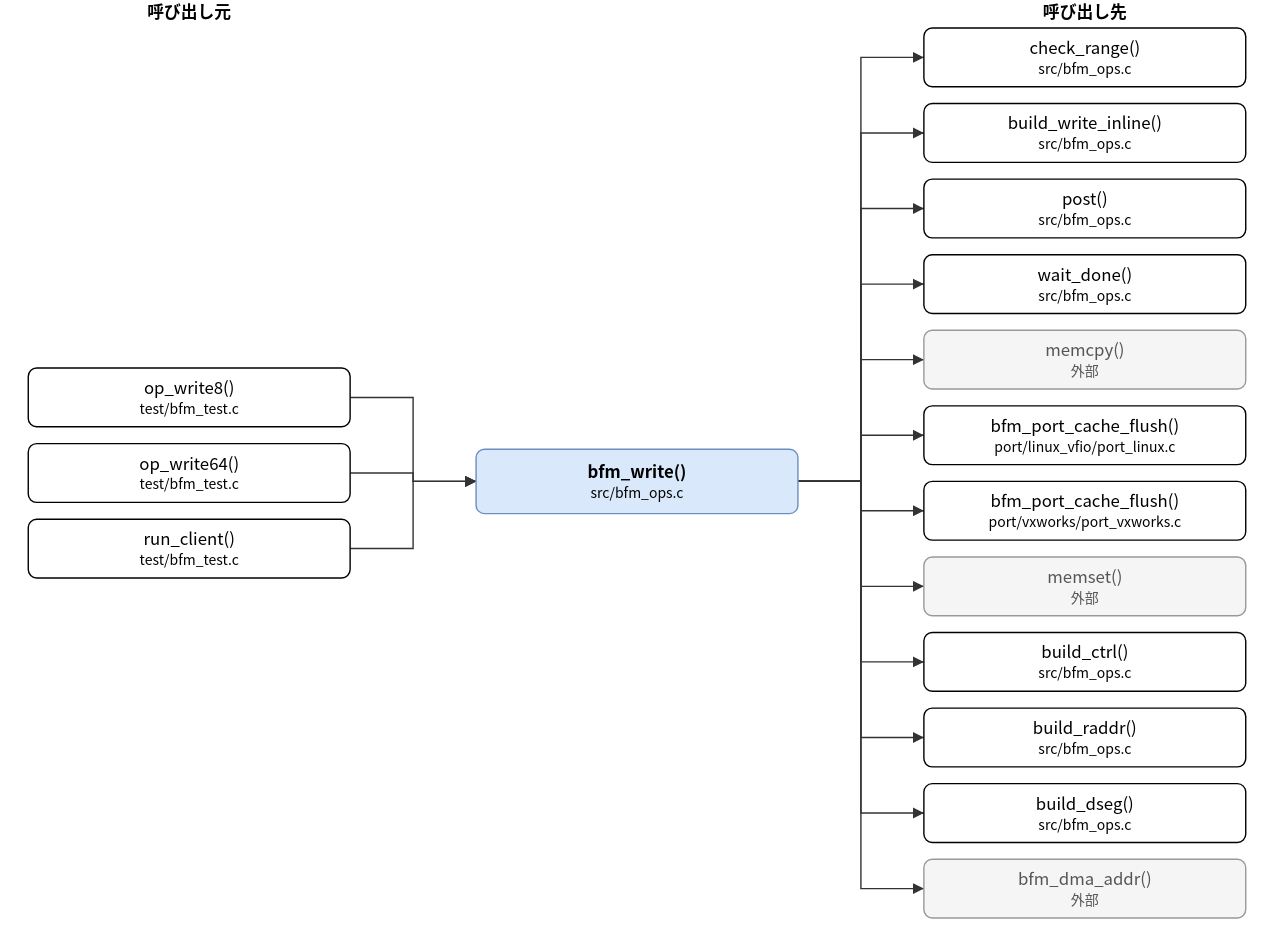
Before: doc/spec/images/call_src_bfm_ops__bfm_write.drawio.svg, a diagram exported from draw.io (hf355051012-ai/bfmem). Source tidied: cells renumbered, new cells last; positions are measured from the earlier drawing's top-left corner, leaving out a move shared by most shapes.
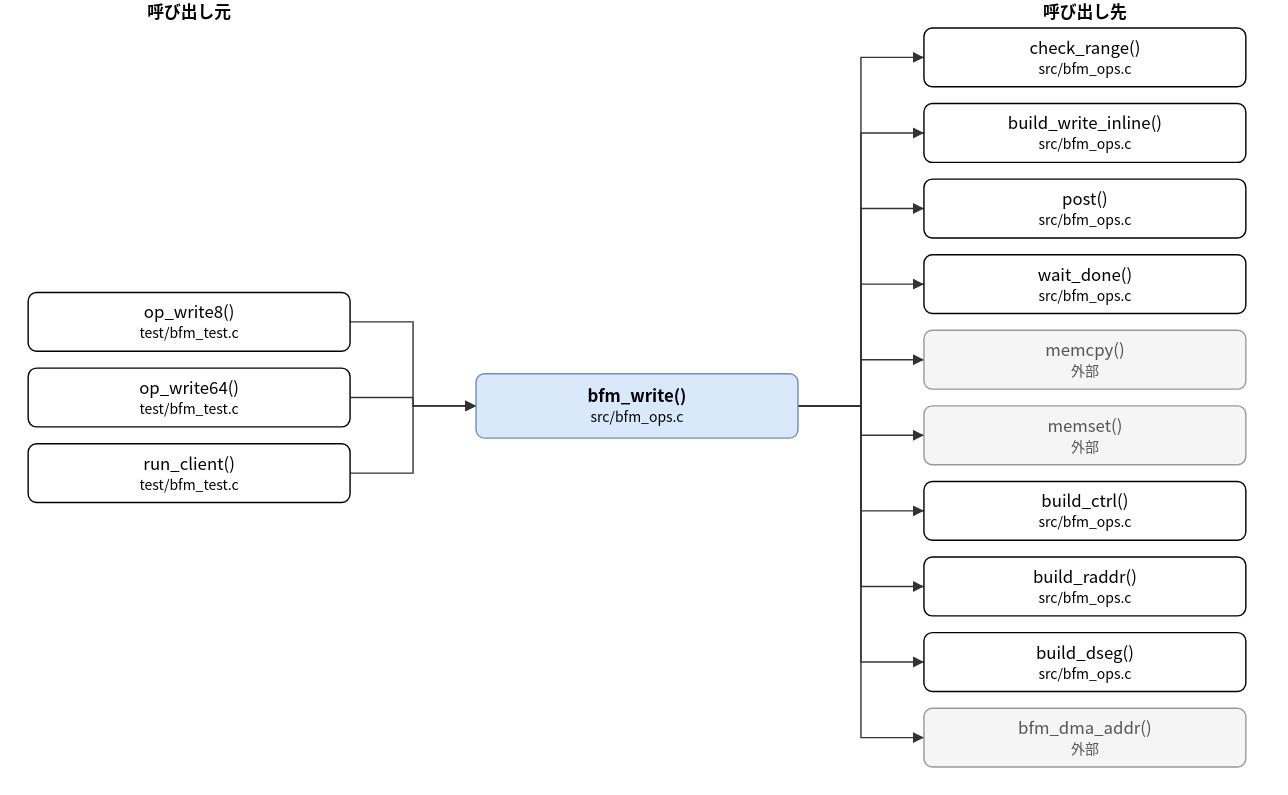
The same file after the commit.

What changed in the source:
```diff
@@ -3,16 +3,16 @@
     <mxCell id="0" />
     <mxCell id="1" parent="0" />
     <mxCell id="2" value="bfm_write()&lt;br&gt;&lt;font style=&quot;font-size:10px&quot;&gt;src/bfm_ops.c&lt;/font&gt;" style="rounded=1;whiteSpace=wrap;html=1;fillColor=#dae8fc;strokeColor=#6c8ebf;fontStyle=1;" parent="1" vertex="1">
-      <mxGeometry x="320" y="321" width="230" height="46" as="geometry" />
+      <mxGeometry x="320" y="267" width="230" height="46" as="geometry" />
     </mxCell>
     <mxCell id="3" value="op_write8()&lt;br&gt;&lt;font style=&quot;font-size:10px&quot;&gt;test/bfm_test.c&lt;/font&gt;" style="rounded=1;whiteSpace=wrap;html=1;" parent="1" vertex="1">
-      <mxGeometry y="263" width="230" height="42" as="geometry" />
+      <mxGeometry y="209" width="230" height="42" as="geometry" />
     </mxCell>
     <mxCell id="4" value="op_write64()&lt;br&gt;&lt;font style=&quot;font-size:10px&quot;&gt;test/bfm_test.c&lt;/font&gt;" style="rounded=1;whiteSpace=wrap;html=1;" parent="1" vertex="1">
-      <mxGeometry y="317" width="230" height="42" as="geometry" />
+      <mxGeometry y="263" width="230" height="42" as="geometry" />
     </mxCell>
     <mxCell id="5" value="run_client()&lt;br&gt;&lt;font style=&quot;font-size:10px&quot;&gt;test/bfm_test.c&lt;/font&gt;" style="rounded=1;whiteSpace=wrap;html=1;" parent="1" vertex="1">
-      <mxGeometry y="371" width="230" height="42" as="geometry" />
+      <mxGeometry y="317" width="230" height="42" as="geometry" />
     </mxCell>
     <mxCell id="6" value="check_range()&lt;br&gt;&lt;font style=&quot;font-size:10px&quot;&gt;src/bfm_ops.c&lt;/font&gt;" style="rounded=1;whiteSpace=wrap;html=1;" parent="1" vertex="1">
       <mxGeometry x="640" y="20" width="230" height="42" as="geometry" />
@@ -29,55 +29,49 @@
     <mxCell id="10" value="memcpy()&lt;br&gt;&lt;font style=&quot;font-size:10px&quot;&gt;外部&lt;/font&gt;" style="rounded=1;whiteSpace=wrap;html=1;fillColor=#f5f5f5;strokeColor=#999999;fontColor=#555555;" parent="1" vertex="1">
       <mxGeometry x="640" y="236" width="230" height="42" as="geometry" />
     </mxCell>
-    <mxCell id="11" value="bfm_port_cache_flush()&lt;br&gt;&lt;font style=&quot;font-size:10px&quot;&gt;port/linux_vfio/port_linux.c&lt;/font&gt;" style="rounded=1;whiteSpace=wrap;html=1;" parent="1" vertex="1">
+    <mxCell id="11" value="memset()&lt;br&gt;&lt;font style=&quot;font-size:10px&quot;&gt;外部&lt;/font&gt;" style="rounded=1;whiteSpace=wrap;html=1;fillColor=#f5f5f5;strokeColor=#999999;fontColor=#555555;" parent="1" vertex="1">
       <mxGeometry x="640" y="290" width="230" height="42" as="geometry" />
     </mxCell>
-    <mxCell id="12" value="bfm_port_cache_flush()&lt;br&gt;&lt;font style=&quot;font-size:10px&quot;&gt;port/vxworks/port_vxworks.c&lt;/font&gt;" style="rounded=1;whiteSpace=wrap;html=1;" parent="1" vertex="1">
+    <mxCell id="12" value="build_ctrl()&lt;br&gt;&lt;font style=&quot;font-size:10px&quot;&gt;src/bfm_ops.c&lt;/font&gt;" style="rounded=1;whiteSpace=wrap;html=1;" parent="1" vertex="1">
       <mxGeometry x="640" y="344" width="230" height="42" as="geometry" />
     </mxCell>
-    <mxCell id="13" value="memset()&lt;br&gt;&lt;font style=&quot;font-size:10px&quot;&gt;外部&lt;/font&gt;" style="rounded=1;whiteSpace=wrap;html=1;fillColor=#f5f5f5;strokeColor=#999999;fontColor=#555555;" parent="1" vertex="1">
+    <mxCell id="13" value="build_raddr()&lt;br&gt;&lt;font style=&quot;font-size:10px&quot;&gt;src/bfm_ops.c&lt;/font&gt;" style="rounded=1;whiteSpace=wrap;html=1;" parent="1" vertex="1">
       <mxGeometry x="640" y="398" width="230" height="42" as="geometry" />
     </mxCell>
-    <mxCell id="14" value="build_ctrl()&lt;br&gt;&lt;font style=&quot;font-size:10px&quot;&gt;src/bfm_ops.c&lt;/font&gt;" style="rounded=1;whiteSpace=wrap;html=1;" parent="1" vertex="1">
+    <mxCell id="14" value="build_dseg()&lt;br&gt;&lt;font style=&quot;font-size:10px&quot;&gt;src/bfm_ops.c&lt;/font&gt;" style="rounded=1;whiteSpace=wrap;html=1;" parent="1" vertex="1">
       <mxGeometry x="640" y="452" width="230" height="42" as="geometry" />
     </mxCell>
-    <mxCell id="15" value="build_raddr()&lt;br&gt;&lt;font style=&quot;font-size:10px&quot;&gt;src/bfm_ops.c&lt;/font&gt;" style="rounded=1;whiteSpace=wrap;html=1;" parent="1" vertex="1">
+    <mxCell id="15" value="bfm_dma_addr()&lt;br&gt;&lt;font style=&quot;font-size:10px&quot;&gt;外部&lt;/font&gt;" style="rounded=1;whiteSpace=wrap;html=1;fillColor=#f5f5f5;strokeColor=#999999;fontColor=#555555;" parent="1" vertex="1">
       <mxGeometry x="640" y="506" width="230" height="42" as="geometry" />
     </mxCell>
-    <mxCell id="16" value="build_dseg()&lt;br&gt;&lt;font style=&quot;font-size:10px&quot;&gt;src/bfm_ops.c&lt;/font&gt;" style="rounded=1;whiteSpace=wrap;html=1;" parent="1" vertex="1">
-      <mxGeometry x="640" y="560" width="230" height="42" as="geometry" />
-    </mxCell>
-    <mxCell id="17" value="bfm_dma_addr()&lt;br&gt;&lt;font style=&quot;font-size:10px&quot;&gt;外部&lt;/font&gt;" style="rounded=1;whiteSpace=wrap;html=1;fillColor=#f5f5f5;strokeColor=#999999;fontColor=#555555;" parent="1" vertex="1">
-      <mxGeometry x="640" y="614" width="230" height="42" as="geometry" />
-    </mxCell>
     <mxCell id="18" style="edgeStyle=none;html=1;rounded=0;endArrow=block;endFill=1;exitX=1.0000;exitY=0.5000;exitDx=0;exitDy=0;exitPerimeter=0;entryX=0.0000;entryY=0.5000;entryDx=0;entryDy=0;entryPerimeter=0;" parent="1" edge="1" source="3" target="2">
       <mxGeometry relative="1" as="geometry">
         <Array as="points">
-          <mxPoint x="275" y="284" />
-          <mxPoint x="275" y="344" />
+          <mxPoint x="275" y="230" />
+          <mxPoint x="275" y="290" />
         </Array>
       </mxGeometry>
     </mxCell>
     <mxCell id="19" style="edgeStyle=none;html=1;rounded=0;endArrow=block;endFill=1;exitX=1.0000;exitY=0.5000;exitDx=0;exitDy=0;exitPerimeter=0;entryX=0.0000;entryY=0.5000;entryDx=0;entryDy=0;entryPerimeter=0;" parent="1" edge="1" source="4" target="2">
       <mxGeometry relative="1" as="geometry">
         <Array as="points">
-          <mxPoint x="275" y="338" />
-          <mxPoint x="275" y="344" />
+          <mxPoint x="275" y="284" />
+          <mxPoint x="275" y="290" />
         </Array>
       </mxGeometry>
     </mxCell>
     <mxCell id="20" style="edgeStyle=none;html=1;rounded=0;endArrow=block;endFill=1;exitX=1.0000;exitY=0.5000;exitDx=0;exitDy=0;exitPerimeter=0;entryX=0.0000;entryY=0.5000;entryDx=0;entryDy=0;entryPerimeter=0;" parent="1" edge="1" source="5" target="2">
       <mxGeometry relative="1" as="geometry">
         <Array as="points">
-          <mxPoint x="275" y="392" />
-          <mxPoint x="275" y="344" />
+          <mxPoint x="275" y="338" />
+          <mxPoint x="275" y="290" />
         </Array>
       </mxGeometry>
     </mxCell>
     <mxCell id="21" style="edgeStyle=none;html=1;rounded=0;endArrow=block;endFill=1;exitX=1.0000;exitY=0.5000;exitDx=0;exitDy=0;exitPerimeter=0;entryX=0.0000;entryY=0.5000;entryDx=0;entryDy=0;entryPerimeter=0;" parent="1" edge="1" source="2" target="6">
       <mxGeometry relative="1" as="geometry">
         <Array as="points">
-          <mxPoint x="595" y="344" />
+          <mxPoint x="595" y="290" />
           <mxPoint x="595" y="41" />
         </Array>
       </mxGeometry>
@@ -85,7 +79,7 @@
     <mxCell id="22" style="edgeStyle=none;html=1;rounded=0;endArrow=block;endFill=1;exitX=1.0000;exitY=0.5000;exitDx=0;exitDy=0;exitPerimeter=0;entryX=0.0000;entryY=0.5000;entryDx=0;entryDy=0;entryPerimeter=0;" parent="1" edge="1" source="2" target="7">
       <mxGeometry relative="1" as="geometry">
         <Array as="points">
-          <mxPoint x="595" y="344" />
+          <mxPoint x="595" y="290" />
           <mxPoint x="595" y="95" />
         </Array>
       </mxGeometry>
@@ -93,7 +87,7 @@
     <mxCell id="23" style="edgeStyle=none;html=1;rounded=0;endArrow=block;endFill=1;exitX=1.0000;exitY=0.5000;exitDx=0;exitDy=0;exitPerimeter=0;entryX=0.0000;entryY=0.5000;entryDx=0;entryDy=0;entryPerimeter=0;" parent="1" edge="1" source="2" target="8">
       <mxGeometry relative="1" as="geometry">
         <Array as="points">
-          <mxPoint x="595" y="344" />
+          <mxPoint x="595" y="290" />
           <mxPoint x="595" y="149" />
         </Array>
       </mxGeometry>
@@ -101,7 +95,7 @@
     <mxCell id="24" style="edgeStyle=none;html=1;rounded=0;endArrow=block;endFill=1;exitX=1.0000;exitY=0.5000;exitDx=0;exitDy=0;exitPerimeter=0;entryX=0.0000;entryY=0.5000;entryDx=0;entryDy=0;entryPerimeter=0;" parent="1" edge="1" source="2" target="9">
       <mxGeometry relative="1" as="geometry">
         <Array as="points">
-          <mxPoint x="595" y="344" />
+          <mxPoint x="595" y="290" />
           <mxPoint x="595" y="203" />
         </Array>
       </mxGeometry>
@@ -109,7 +103,7 @@
     <mxCell id="25" style="edgeStyle=none;html=1;rounded=0;endArrow=block;endFill=1;exitX=1.0000;exitY=0.5000;exitDx=0;exitDy=0;exitPerimeter=0;entryX=0.0000;entryY=0.5000;entryDx=0;entryDy=0;entryPerimeter=0;" parent="1" edge="1" source="2" target="10">
       <mxGeometry relative="1" as="geometry">
         <Array as="points">
-          <mxPoint x="595" y="344" />
+          <mxPoint x="595" y="290" />
           <mxPoint x="595" y="257" />
         </Array>
       </mxGeometry>
@@ -117,7 +111,7 @@
     <mxCell id="26" style="edgeStyle=none;html=1;rounded=0;endArrow=block;endFill=1;exitX=1.0000;exitY=0.5000;exitDx=0;exitDy=0;exitPerimeter=0;entryX=0.0000;entryY=0.5000;entryDx=0;entryDy=0;entryPerimeter=0;" parent="1" edge="1" source="2" target="11">
       <mxGeometry relative="1" as="geometry">
         <Array as="points">
-          <mxPoint x="595" y="344" />
+          <mxPoint x="595" y="290" />
           <mxPoint x="595" y="311" />
         </Array>
       </mxGeometry>
@@ -125,7 +119,7 @@
     <mxCell id="27" style="edgeStyle=none;html=1;rounded=0;endArrow=block;endFill=1;exitX=1.0000;exitY=0.5000;exitDx=0;exitDy=0;exitPerimeter=0;entryX=0.0000;entryY=0.5000;entryDx=0;entryDy=0;entryPerimeter=0;" parent="1" edge="1" source="2" target="12">
       <mxGeometry relative="1" as="geometry">
         <Array as="points">
-          <mxPoint x="595" y="344" />
+          <mxPoint x="595" y="290" />
           <mxPoint x="595" y="365" />
         </Array>
       </mxGeometry>
@@ -133,7 +127,7 @@
     <mxCell id="28" style="edgeStyle=none;html=1;rounded=0;endArrow=block;endFill=1;exitX=1.0000;exitY=0.5000;exitDx=0;exitDy=0;exitPerimeter=0;entryX=0.0000;entryY=0.5000;entryDx=0;entryDy=0;entryPerimeter=0;" parent="1" edge="1" source="2" target="13">
       <mxGeometry relative="1" as="geometry">
         <Array as="points">
-          <mxPoint x="595" y="344" />
+          <mxPoint x="595" y="290" />
           <mxPoint x="595" y="419" />
         </Array>
       </mxGeometry>
@@ -141,7 +135,7 @@
     <mxCell id="29" style="edgeStyle=none;html=1;rounded=0;endArrow=block;endFill=1;exitX=1.0000;exitY=0.5000;exitDx=0;exitDy=0;exitPerimeter=0;entryX=0.0000;entryY=0.5000;entryDx=0;entryDy=0;entryPerimeter=0;" parent="1" edge="1" source="2" target="14">
       <mxGeometry relative="1" as="geometry">
         <Array as="points">
-          <mxPoint x="595" y="344" />
+          <mxPoint x="595" y="290" />
           <mxPoint x="595" y="473" />
         </Array>
       </mxGeometry>
@@ -149,27 +143,11 @@
     <mxCell id="30" style="edgeStyle=none;html=1;rounded=0;endArrow=block;endFill=1;exitX=1.0000;exitY=0.5000;exitDx=0;exitDy=0;exitPerimeter=0;entryX=0.0000;entryY=0.5000;entryDx=0;entryDy=0;entryPerimeter=0;" parent="1" edge="1" source="2" target="15">
       <mxGeometry relative="1" as="geometry">
         <Array as="points">
-          <mxPoint x="595" y="344" />
+          <mxPoint x="595" y="290" />
           <mxPoint x="595" y="527" />
         </Array>
       </mxGeometry>
     </mxCell>
-    <mxCell id="31" style="edgeStyle=none;html=1;rounded=0;endArrow=block;endFill=1;exitX=1.0000;exitY=0.5000;exitDx=0;exitDy=0;exitPerimeter=0;entryX=0.0000;entryY=0.5000;entryDx=0;entryDy=0;entryPerimeter=0;" parent="1" edge="1" source="2" target="16">
-      <mxGeometry relative="1" as="geometry">
-        <Array as="points">
-          <mxPoint x="595" y="344" />
-          <mxPoint x="595" y="581" />
-        </Array>
-      </mxGeometry>
-    </mxCell>
-    <mxCell id="32" style="edgeStyle=none;html=1;rounded=0;endArrow=block;endFill=1;exitX=1.0000;exitY=0.5000;exitDx=0;exitDy=0;exitPerimeter=0;entryX=0.0000;entryY=0.5000;entryDx=0;entryDy=0;entryPerimeter=0;" parent="1" edge="1" source="2" target="17">
-      <mxGeometry relative="1" as="geometry">
-        <Array as="points">
-          <mxPoint x="595" y="344" />
-          <mxPoint x="595" y="635" />
-        </Array>
-      </mxGeometry>
-    </mxCell>
     <mxCell id="33" value="呼び出し元" style="text;html=1;align=center;fontStyle=1;" parent="1" vertex="1">
       <mxGeometry x="35" width="160" height="18" as="geometry" />
     </mxCell>
```
